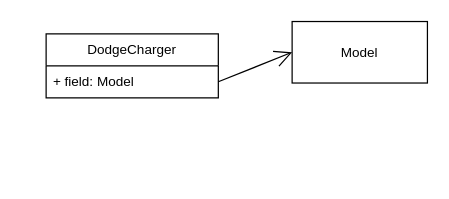
This is page "DodgeCharger" (4 of 35) of doc/Vehicle_UML.drawio from joshSawYou/CIS255_Vehicle, a draw.io file, before an edit. Source tidied: cells renumbered, new cells numbered last; positions are measured from the earlier drawing's top-left corner, leaving out a move shared by most shapes. Both pictures are drawn from the tidied source at 123%, with x=0, y=0 at pixel (46, 21).
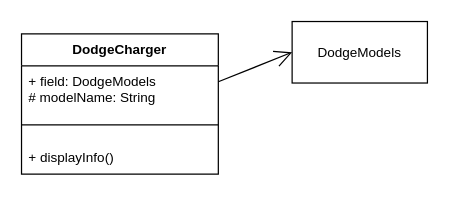
The same page after the edit.

Change to the diagram source:
```diff
@@
 <mxGraphModel>
   <root>
     <mxCell id="0" />
     <mxCell id="1" parent="0" />
-    <mxCell id="2" value="DodgeCharger" style="swimlane;fontStyle=0;horizontal=1;startSize=26;fillColor=none;whiteSpace=wrap;html=1;fontFamily=Helvetica;fontSize=11;fontColor=default;" parent="1" vertex="1">
-      <mxGeometry y="10" width="140" height="52" as="geometry" />
-    </mxCell>
-    <mxCell id="3" value="+ field: Model" style="text;strokeColor=none;fillColor=none;align=left;verticalAlign=top;spacingLeft=4;spacingRight=4;overflow=hidden;points=[[0,0.5],[1,0.5]];portConstraint=eastwest;whiteSpace=wrap;html=1;fontSize=11;fontFamily=Helvetica;fontColor=default;" parent="2" vertex="1">
-      <mxGeometry y="26" width="140" height="26" as="geometry" />
-    </mxCell>
-    <mxCell id="4" value="Model" style="html=1;whiteSpace=wrap;fontFamily=Helvetica;fontSize=11;fontColor=default;" parent="1" vertex="1">
+    <mxCell id="4" value="DodgeModels" style="html=1;whiteSpace=wrap;fontFamily=Helvetica;fontSize=11;fontColor=default;" parent="1" vertex="1">
       <mxGeometry x="200" width="110" height="50" as="geometry" />
     </mxCell>
-    <mxCell id="5" style="edgeStyle=none;shape=connector;rounded=0;jettySize=auto;html=1;exitX=1;exitY=0.5;exitDx=0;exitDy=0;entryX=0;entryY=0.5;entryDx=0;entryDy=0;labelBackgroundColor=default;strokeColor=default;fontFamily=Helvetica;fontSize=11;fontColor=default;endArrow=open;endFill=1;endSize=12;" parent="1" edge="1" source="3" target="4">
-      <mxGeometry relative="1" as="geometry" />
+    <mxCell id="5" style="edgeStyle=none;shape=connector;rounded=0;jettySize=auto;html=1;exitX=1;exitY=0.5;exitDx=0;exitDy=0;entryX=0;entryY=0.5;entryDx=0;entryDy=0;labelBackgroundColor=default;strokeColor=default;fontFamily=Helvetica;fontSize=11;fontColor=default;endArrow=open;endFill=1;endSize=12;" parent="1" edge="1" target="4">
+      <mxGeometry relative="1" as="geometry">
+        <mxPoint x="140" y="49" as="sourcePoint" />
+      </mxGeometry>
     </mxCell>
+    <mxCell id="2" value="DodgeCharger" style="swimlane;fontStyle=1;align=center;verticalAlign=top;horizontal=1;startSize=26;whiteSpace=wrap;html=1;fontFamily=Helvetica;fontSize=11;fontColor=default;" parent="1" vertex="1">
+      <mxGeometry x="-20" y="10" width="160" height="114" as="geometry" />
+    </mxCell>
+    <mxCell id="6" value="+ field: DodgeModels&lt;br&gt;# modelName: String" style="text;strokeColor=none;fillColor=none;align=left;verticalAlign=top;spacingLeft=4;spacingRight=4;overflow=hidden;whiteSpace=wrap;html=1;fontSize=11;fontFamily=Helvetica;fontColor=default;" parent="2" vertex="1">
+      <mxGeometry y="26" width="160" height="34" as="geometry" />
+    </mxCell>
+    <mxCell id="7" style="line;strokeWidth=1;fillColor=none;align=left;verticalAlign=middle;spacingTop=-1;spacingLeft=3;spacingRight=3;labelPosition=right;strokeColor=inherit;fontFamily=Helvetica;fontSize=11;fontColor=default;" parent="2" vertex="1">
+      <mxGeometry y="60" width="160" height="28" as="geometry" />
+    </mxCell>
+    <mxCell id="8" value="+ displayInfo()" style="text;strokeColor=none;fillColor=none;align=left;verticalAlign=top;spacingLeft=4;spacingRight=4;overflow=hidden;whiteSpace=wrap;html=1;fontSize=11;fontFamily=Helvetica;fontColor=default;" parent="2" vertex="1">
+      <mxGeometry y="88" width="160" height="26" as="geometry" />
+    </mxCell>
   </root>
 </mxGraphModel>
```
